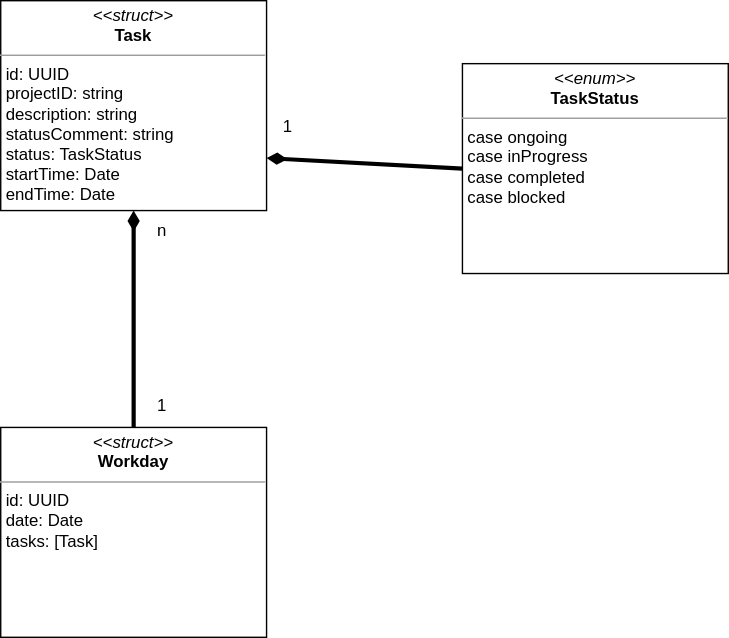
This is Docs/Klassendiagramm.drawio.svg from Obnoxieux/mtimelog, a draw.io export, as it was before one commit. Source tidied: cells renumbered, new cells last; positions are measured from the earlier drawing's top-left corner, leaving out a move shared by most shapes.
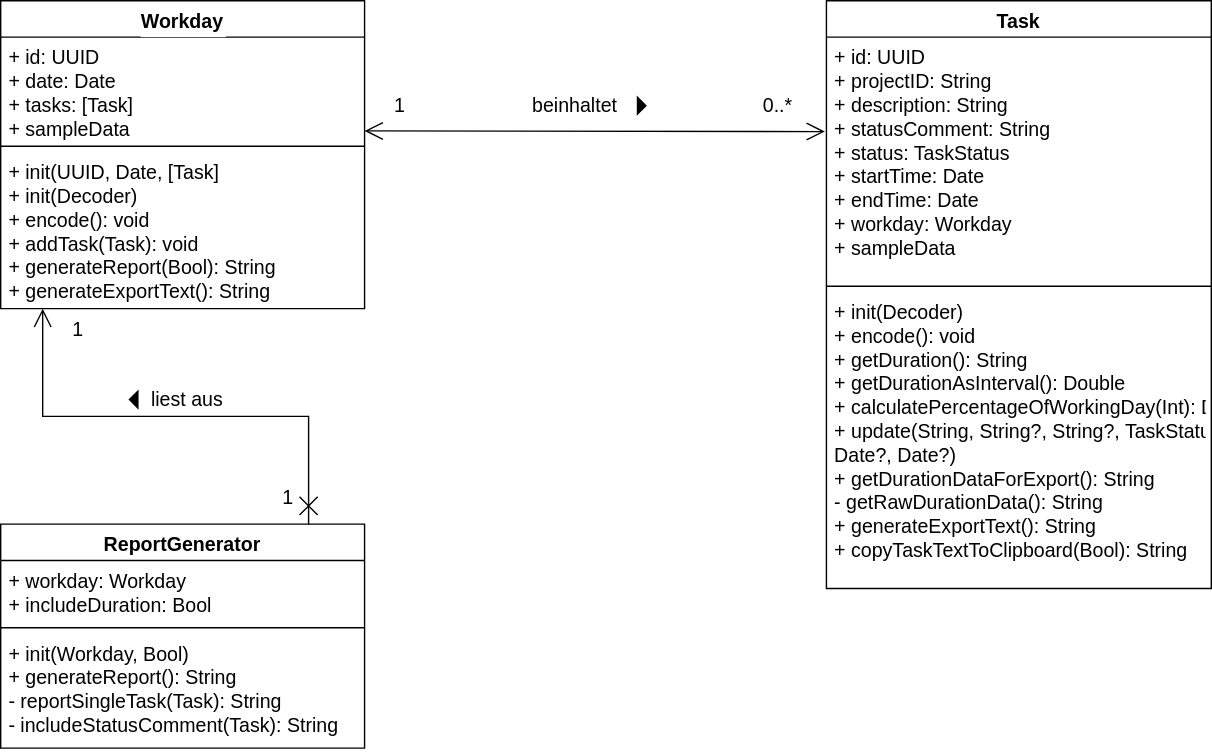
Above is the later version.

Commit message:
docs: rework class diagram (WIP)

Change to the diagram source:
```diff
@@ -2,29 +2,81 @@
   <root>
     <mxCell id="0" />
     <mxCell id="1" parent="0" />
-    <mxCell id="2" value="&lt;p style=&quot;margin:0px;margin-top:4px;text-align:center;&quot;&gt;&lt;i&gt;&amp;lt;&amp;lt;struct&amp;gt;&amp;gt;&lt;/i&gt;&lt;br&gt;&lt;b&gt;Task&lt;/b&gt;&lt;/p&gt;&lt;hr size=&quot;1&quot;&gt;&lt;p style=&quot;margin:0px;margin-left:4px;&quot;&gt;id: UUID&lt;br&gt;&lt;/p&gt;&lt;p style=&quot;margin:0px;margin-left:4px;&quot;&gt;projectID: string&lt;br&gt;&lt;/p&gt;&lt;p style=&quot;margin:0px;margin-left:4px;&quot;&gt;description: string&lt;br style=&quot;padding: 0px; margin: 0px;&quot;&gt;statusComment: string&lt;br style=&quot;padding: 0px; margin: 0px;&quot;&gt;status: TaskStatus&lt;br style=&quot;padding: 0px; margin: 0px;&quot;&gt;startTime: Date&lt;br style=&quot;padding: 0px; margin: 0px;&quot;&gt;endTime: Date&lt;br&gt;&lt;/p&gt;" style="verticalAlign=top;align=left;overflow=fill;fontSize=12;fontFamily=Helvetica;html=1;" parent="1" vertex="1">
-      <mxGeometry width="190" height="150" as="geometry" />
-    </mxCell>
-    <mxCell id="3" style="edgeStyle=none;html=1;exitX=0;exitY=0.5;exitDx=0;exitDy=0;entryX=1;entryY=0.75;entryDx=0;entryDy=0;endArrow=diamondThin;endFill=1;strokeWidth=3;strokeColor=default;" parent="1" edge="1" source="4" target="2">
-      <mxGeometry relative="1" as="geometry" />
-    </mxCell>
-    <mxCell id="4" value="&lt;p style=&quot;margin:0px;margin-top:4px;text-align:center;&quot;&gt;&lt;i&gt;&amp;lt;&amp;lt;enum&amp;gt;&amp;gt;&lt;/i&gt;&lt;br&gt;&lt;b&gt;TaskStatus&lt;/b&gt;&lt;/p&gt;&lt;hr size=&quot;1&quot;&gt;&lt;p style=&quot;margin:0px;margin-left:4px;&quot;&gt;case ongoing&lt;/p&gt;&lt;p style=&quot;margin:0px;margin-left:4px;&quot;&gt;case inProgress&lt;/p&gt;&lt;p style=&quot;margin:0px;margin-left:4px;&quot;&gt;case completed&lt;/p&gt;&lt;p style=&quot;margin:0px;margin-left:4px;&quot;&gt;case blocked&lt;/p&gt;" style="verticalAlign=top;align=left;overflow=fill;fontSize=12;fontFamily=Helvetica;html=1;" parent="1" vertex="1">
-      <mxGeometry x="330" y="45" width="190" height="150" as="geometry" />
-    </mxCell>
-    <mxCell id="5" value="1" style="text;html=1;align=center;verticalAlign=middle;strokeColor=none;fillColor=none;" parent="1" vertex="1">
-      <mxGeometry x="190" y="75" width="30" height="30" as="geometry" />
-    </mxCell>
-    <mxCell id="6" style="edgeStyle=none;html=1;exitX=0.5;exitY=0;exitDx=0;exitDy=0;entryX=0.5;entryY=1;entryDx=0;entryDy=0;strokeColor=default;strokeWidth=3;endArrow=diamondThin;endFill=1;" parent="1" edge="1" source="7" target="2">
-      <mxGeometry relative="1" as="geometry" />
-    </mxCell>
-    <mxCell id="7" value="&lt;p style=&quot;margin:0px;margin-top:4px;text-align:center;&quot;&gt;&lt;i&gt;&amp;lt;&amp;lt;struct&amp;gt;&amp;gt;&lt;/i&gt;&lt;br&gt;&lt;b&gt;Workday&lt;/b&gt;&lt;/p&gt;&lt;hr size=&quot;1&quot;&gt;&lt;p style=&quot;margin:0px;margin-left:4px;&quot;&gt;id: UUID&lt;br&gt;&lt;/p&gt;&lt;p style=&quot;margin:0px;margin-left:4px;&quot;&gt;date: Date&lt;/p&gt;&lt;p style=&quot;margin:0px;margin-left:4px;&quot;&gt;tasks: [Task]&lt;/p&gt;" style="verticalAlign=top;align=left;overflow=fill;fontSize=12;fontFamily=Helvetica;html=1;" parent="1" vertex="1">
-      <mxGeometry y="305" width="190" height="150" as="geometry" />
-    </mxCell>
-    <mxCell id="8" value="1" style="text;html=1;align=center;verticalAlign=middle;strokeColor=none;fillColor=none;" parent="1" vertex="1">
-      <mxGeometry x="100" y="275" width="30" height="30" as="geometry" />
-    </mxCell>
-    <mxCell id="9" value="n" style="text;html=1;align=center;verticalAlign=middle;strokeColor=none;fillColor=none;" parent="1" vertex="1">
-      <mxGeometry x="100" y="150" width="30" height="30" as="geometry" />
+    <mxCell id="9" value="Task" style="swimlane;fontStyle=1;align=center;verticalAlign=top;horizontal=1;startSize=26;fontSize=14;" parent="1" vertex="1">
+      <mxGeometry x="100" y="150" width="275" height="420" as="geometry" />
     </mxCell>
+    <mxCell id="10" value="+ id: UUID&#10;+ projectID: String&#10;+ description: String&#10;+ statusComment: String&#10;+ status: TaskStatus&#10;+ startTime: Date&#10;+ endTime: Date&#10;+ workday: Workday&#10;+ sampleData" style="text;strokeColor=none;fillColor=none;align=left;verticalAlign=top;spacingLeft=4;spacingRight=4;overflow=hidden;points=[[0,0.5],[1,0.5]];portConstraint=eastwest;fontStyle=0;fontSize=14;" parent="9" vertex="1">
+      <mxGeometry y="26" width="275" height="174" as="geometry" />
+    </mxCell>
+    <mxCell id="11" style="line;strokeWidth=1;fillColor=none;align=left;verticalAlign=middle;spacingTop=-1;spacingLeft=3;spacingRight=3;labelPosition=right;strokeColor=inherit;fontSize=14;" parent="9" vertex="1">
+      <mxGeometry y="200" width="275" height="8" as="geometry" />
+    </mxCell>
+    <mxCell id="12" value="+ init(Decoder)&#10;+ encode(): void&#10;+ getDuration(): String&#10;+ getDurationAsInterval(): Double&#10;+ calculatePercentageOfWorkingDay(Int): Double&#10;+ update(String, String?, String?, TaskStatus,&#10;    Date?, Date?)&#10;+ getDurationDataForExport(): String&#10;- getRawDurationData(): String&#10;+ generateExportText(): String&#10;+ copyTaskTextToClipboard(Bool): String" style="text;strokeColor=none;fillColor=none;align=left;verticalAlign=top;spacingLeft=4;spacingRight=4;overflow=hidden;fontSize=14;" parent="9" vertex="1">
+      <mxGeometry y="208" width="275" height="212" as="geometry" />
+    </mxCell>
+    <mxCell id="13" value="Workday" style="swimlane;fontStyle=1;align=center;verticalAlign=top;horizontal=1;startSize=26;labelBackgroundColor=default;fontSize=14;" parent="1" vertex="1">
+      <mxGeometry x="-490" y="150" width="260" height="220" as="geometry" />
+    </mxCell>
+    <mxCell id="14" value="+ id: UUID&#10;+ date: Date&#10;+ tasks: [Task]&#10;+ sampleData" style="text;strokeColor=none;fillColor=none;align=left;verticalAlign=top;spacingLeft=4;spacingRight=4;overflow=hidden;labelBackgroundColor=none;fontSize=14;" parent="13" vertex="1">
+      <mxGeometry y="26" width="260" height="74" as="geometry" />
+    </mxCell>
+    <mxCell id="15" style="line;strokeWidth=1;fillColor=none;align=left;verticalAlign=middle;spacingTop=-1;spacingLeft=3;spacingRight=3;labelPosition=right;strokeColor=inherit;fontSize=14;" parent="13" vertex="1">
+      <mxGeometry y="100" width="260" height="8" as="geometry" />
+    </mxCell>
+    <mxCell id="16" value="+ init(UUID, Date, [Task]&#10;+ init(Decoder)&#10;+ encode(): void&#10;+ addTask(Task): void&#10;+ generateReport(Bool): String&#10;+ generateExportText(): String" style="text;strokeColor=none;fillColor=none;align=left;verticalAlign=top;spacingLeft=4;spacingRight=4;overflow=hidden;points=[[0,0.5],[1,0.5]];portConstraint=eastwest;fontSize=14;" parent="13" vertex="1">
+      <mxGeometry y="108" width="260" height="112" as="geometry" />
+    </mxCell>
+    <mxCell id="17" style="endArrow=open;html=1;rounded=0;align=center;verticalAlign=bottom;labelBackgroundColor=none;entryX=-0.004;entryY=0.388;entryDx=0;entryDy=0;startArrow=open;startFill=0;endFill=0;endSize=11;startSize=11;fontSize=14;entryPerimeter=0;" parent="1" edge="1" target="10">
+      <mxGeometry relative="1" as="geometry">
+        <mxPoint x="-230" y="243" as="sourcePoint" />
+      </mxGeometry>
+    </mxCell>
+    <mxCell id="18" style="triangle;fillColor=strokeColor;labelBackgroundColor=none;fontSize=14;" parent="1" vertex="1">
+      <mxGeometry x="-35" y="219" width="6" height="12" as="geometry" />
+    </mxCell>
+    <mxCell id="19" value="&lt;font style=&quot;font-size: 14px;&quot;&gt;beinhaltet&lt;/font&gt;" style="text;html=1;align=center;verticalAlign=middle;strokeColor=none;fillColor=none;fontSize=14;" parent="1" vertex="1">
+      <mxGeometry x="-120" y="210" width="80" height="30" as="geometry" />
+    </mxCell>
+    <mxCell id="20" value="1" style="text;html=1;align=center;verticalAlign=middle;strokeColor=none;fillColor=none;fontSize=14;" parent="1" vertex="1">
+      <mxGeometry x="-220" y="210" width="30" height="30" as="geometry" />
+    </mxCell>
+    <mxCell id="21" value="0..*" style="text;html=1;align=center;verticalAlign=middle;strokeColor=none;fillColor=none;fontSize=14;" parent="1" vertex="1">
+      <mxGeometry x="45" y="210" width="40" height="30" as="geometry" />
+    </mxCell>
+    <mxCell id="22" value="ReportGenerator" style="swimlane;fontStyle=1;align=center;verticalAlign=top;horizontal=1;startSize=26;labelBackgroundColor=none;fontSize=14;" parent="1" vertex="1">
+      <mxGeometry x="-490" y="524" width="260" height="160" as="geometry" />
+    </mxCell>
+    <mxCell id="23" value="+ workday: Workday&#10;+ includeDuration: Bool" style="text;strokeColor=none;fillColor=none;align=left;verticalAlign=top;spacingLeft=4;spacingRight=4;overflow=hidden;labelBackgroundColor=none;fontSize=14;" parent="22" vertex="1">
+      <mxGeometry y="26" width="260" height="44" as="geometry" />
+    </mxCell>
+    <mxCell id="24" style="line;strokeWidth=1;fillColor=none;align=left;verticalAlign=middle;spacingTop=-1;spacingLeft=3;spacingRight=3;labelPosition=right;strokeColor=inherit;labelBackgroundColor=none;fontSize=14;" parent="22" vertex="1">
+      <mxGeometry y="70" width="260" height="8" as="geometry" />
+    </mxCell>
+    <mxCell id="25" value="+ init(Workday, Bool)&#10;+ generateReport(): String&#10;- reportSingleTask(Task): String&#10;- includeStatusComment(Task): String" style="text;strokeColor=none;fillColor=none;align=left;verticalAlign=top;spacingLeft=4;spacingRight=4;overflow=hidden;labelBackgroundColor=none;fontSize=14;" parent="22" vertex="1">
+      <mxGeometry y="78" width="260" height="82" as="geometry" />
+    </mxCell>
+    <mxCell id="26" style="endArrow=open;html=1;rounded=0;align=center;verticalAlign=bottom;labelBackgroundColor=none;fontSize=14;startSize=11;endSize=11;edgeStyle=orthogonalEdgeStyle;startArrow=cross;startFill=0;endFill=0;" parent="1" edge="1" source="22" target="16">
+      <mxGeometry relative="1" as="geometry">
+        <Array as="points">
+          <mxPoint x="-270" y="447" />
+          <mxPoint x="-460" y="447" />
+        </Array>
+      </mxGeometry>
+    </mxCell>
+    <mxCell id="27" value="1" style="text;html=1;align=center;verticalAlign=middle;strokeColor=none;fillColor=none;fontSize=14;" parent="1" vertex="1">
+      <mxGeometry x="-300" y="490" width="30" height="30" as="geometry" />
+    </mxCell>
+    <mxCell id="28" value="1" style="text;html=1;align=center;verticalAlign=middle;strokeColor=none;fillColor=none;fontSize=14;" parent="1" vertex="1">
+      <mxGeometry x="-450" y="370" width="30" height="30" as="geometry" />
+    </mxCell>
+    <mxCell id="29" style="group;" parent="1" vertex="1">
+      <mxGeometry x="-398" y="420" width="76" height="30" as="geometry" />
+    </mxCell>
+    <mxCell id="30" style="triangle;fillColor=strokeColor;labelBackgroundColor=none;fontSize=14;rotation=-180;" parent="29" vertex="1">
+      <mxGeometry y="9" width="6" height="12" as="geometry" />
+    </mxCell>
+    <mxCell id="31" value="liest aus" style="text;html=1;align=center;verticalAlign=middle;strokeColor=none;fillColor=none;fontSize=14;" parent="29" vertex="1">
+      <mxGeometry x="6" width="70" height="30" as="geometry" />
+    </mxCell>
   </root>
 </mxGraphModel>
```
